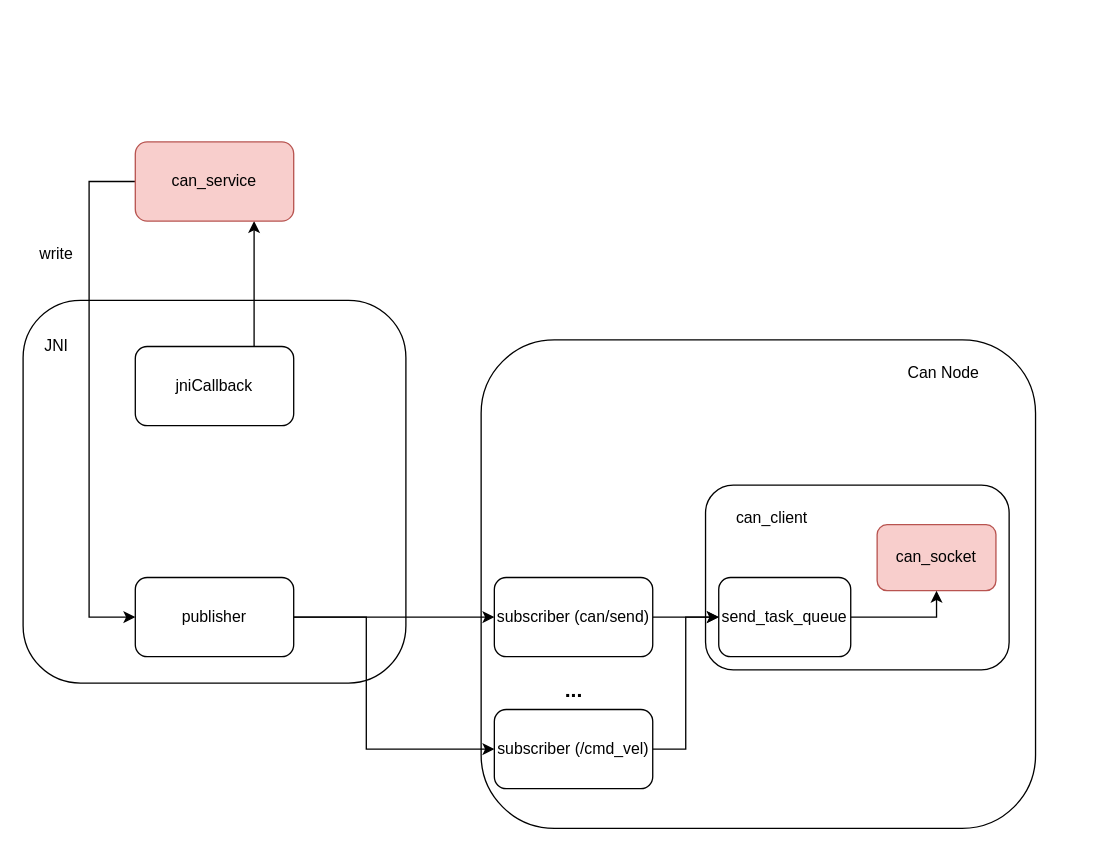
The draw.io diagram page "第 11 页" (11 of 11) of nvq hardware学习.drawio in Jev0987/drawioFile, before the edit. Source tidied: cells renumbered, new cells numbered last; positions are measured from the earlier drawing's top-left corner, leaving out a move shared by most shapes. Both pictures are drawn from the tidied source at 132%, with x=0, y=0 at pixel (22, 141).
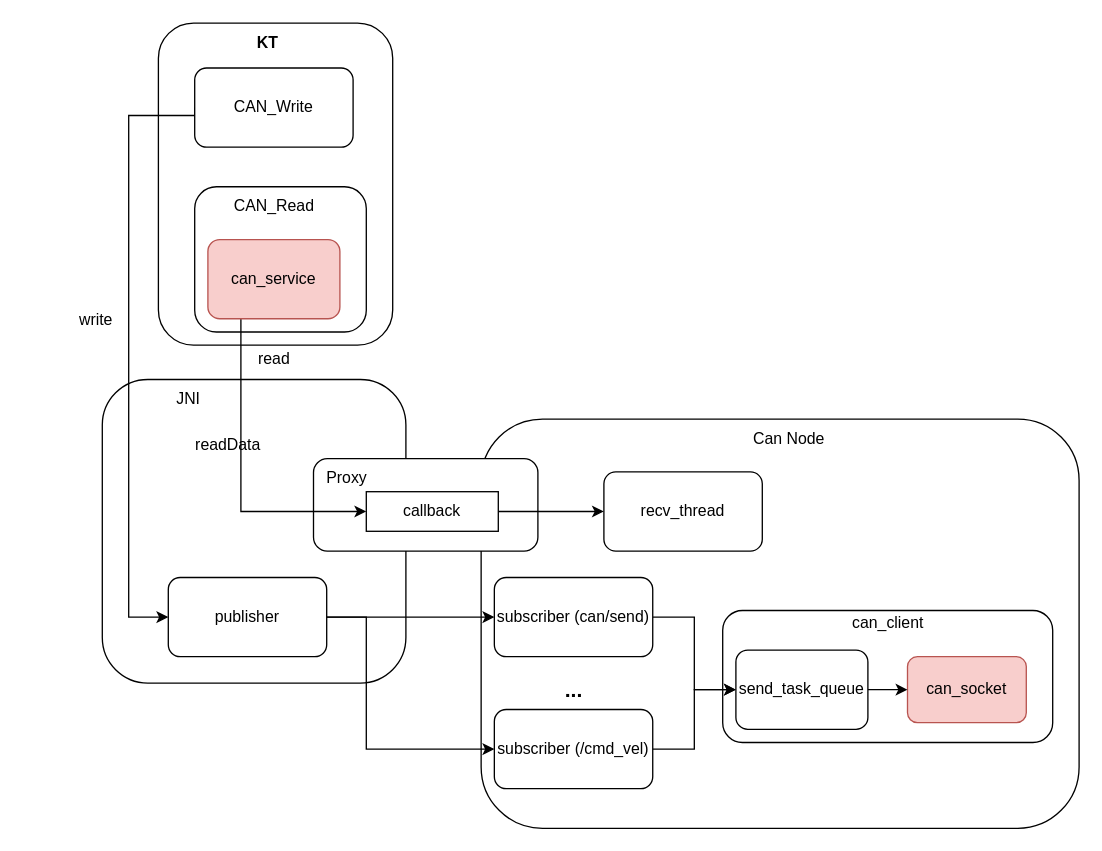
The same page after the edit.

Change to the diagram source:
```diff
@@
+    <mxCell id="24" style="rounded=1;whiteSpace=wrap;html=1;" parent="1" vertex="1">
+      <mxGeometry x="102.5" y="-90" width="177.5" height="244" as="geometry" />
+    </mxCell>
+    <mxCell id="25" style="rounded=1;whiteSpace=wrap;html=1;" parent="1" vertex="1">
+      <mxGeometry x="130" y="34" width="130" height="110" as="geometry" />
+    </mxCell>
     <mxCell id="2" style="rounded=1;whiteSpace=wrap;html=1;" parent="1" vertex="1">
-      <mxGeometry x="347" y="150" width="420" height="370" as="geometry" />
+      <mxGeometry x="347" y="210" width="453" height="310" as="geometry" />
     </mxCell>
     <mxCell id="3" style="rounded=1;whiteSpace=wrap;html=1;" parent="1" vertex="1">
-      <mxGeometry x="517" y="260" width="230" height="140" as="geometry" />
+      <mxGeometry x="530" y="355" width="250" height="100" as="geometry" />
     </mxCell>
     <mxCell id="4" style="rounded=1;whiteSpace=wrap;html=1;" parent="1" vertex="1">
-      <mxGeometry y="120" width="290" height="290" as="geometry" />
+      <mxGeometry x="60" y="180" width="230" height="230" as="geometry" />
     </mxCell>
+    <mxCell id="26" style="rounded=1;whiteSpace=wrap;html=1;" parent="1" vertex="1">
+      <mxGeometry x="220" y="240" width="170" height="70" as="geometry" />
+    </mxCell>
@@
     <mxCell id="7" value="publisher" style="rounded=1;whiteSpace=wrap;html=1;" parent="1" vertex="1">
-      <mxGeometry x="85" y="330" width="120" height="60" as="geometry" />
+      <mxGeometry x="110" y="330" width="120" height="60" as="geometry" />
     </mxCell>
-    <mxCell id="8" style="edgeStyle=orthogonalEdgeStyle;rounded=0;jettySize=auto;html=1;exitX=0.75;exitY=0;exitDx=0;exitDy=0;entryX=0.75;entryY=1;entryDx=0;entryDy=0;" parent="1" edge="1" source="9" target="11">
-      <mxGeometry relative="1" as="geometry" />
-    </mxCell>
-    <mxCell id="9" value="jniCallback" style="rounded=1;whiteSpace=wrap;html=1;" parent="1" vertex="1">
-      <mxGeometry x="85" y="155" width="120" height="60" as="geometry" />
-    </mxCell>
-    <mxCell id="10" style="edgeStyle=orthogonalEdgeStyle;rounded=0;jettySize=auto;html=1;exitX=0;exitY=0.5;exitDx=0;exitDy=0;entryX=0;entryY=0.5;entryDx=0;entryDy=0;" parent="1" edge="1" source="11" target="7">
+    <mxCell id="10" style="edgeStyle=orthogonalEdgeStyle;rounded=0;jettySize=auto;html=1;exitX=0;exitY=0.5;exitDx=0;exitDy=0;entryX=0;entryY=0.5;entryDx=0;entryDy=0;" parent="1" edge="1" source="30" target="7">
       <mxGeometry relative="1" as="geometry">
         <Array as="points">
-          <mxPoint x="50" y="30" />
-          <mxPoint x="50" y="360" />
+          <mxPoint x="80" y="-20" />
+          <mxPoint x="80" y="360" />
         </Array>
       </mxGeometry>
     </mxCell>
+    <mxCell id="27" style="edgeStyle=orthogonalEdgeStyle;rounded=0;jettySize=auto;html=1;exitX=0.25;exitY=1;exitDx=0;exitDy=0;entryX=0;entryY=0.5;entryDx=0;entryDy=0;" parent="1" edge="1" source="11" target="34">
+      <mxGeometry relative="1" as="geometry" />
+    </mxCell>
     <mxCell id="11" value="can_service" style="rounded=1;whiteSpace=wrap;html=1;fillColor=#f8cecc;strokeColor=#b85450;" parent="1" vertex="1">
-      <mxGeometry x="85" width="120" height="60" as="geometry" />
+      <mxGeometry x="140" y="74" width="100" height="60" as="geometry" />
     </mxCell>
     <mxCell id="12" value="JNI" style="text;html=1;align=center;verticalAlign=middle;strokeColor=none;fillColor=none;" parent="1" vertex="1">
-      <mxGeometry x="5" y="140" width="40" height="30" as="geometry" />
+      <mxGeometry x="105" y="180" width="40" height="30" as="geometry" />
     </mxCell>
     <mxCell id="13" value="can_client" style="text;html=1;align=center;verticalAlign=middle;strokeColor=none;fillColor=none;" parent="1" vertex="1">
-      <mxGeometry x="527" y="270" width="80" height="30" as="geometry" />
+      <mxGeometry x="615" y="350" width="80" height="30" as="geometry" />
     </mxCell>
     <mxCell id="14" value="Can Node" style="text;html=1;align=center;verticalAlign=middle;strokeColor=none;fillColor=none;" parent="1" vertex="1">
-      <mxGeometry x="657" y="160" width="80" height="30" as="geometry" />
+      <mxGeometry x="540" y="210" width="80" height="30" as="geometry" />
     </mxCell>
     <mxCell id="15" value="can_socket" style="rounded=1;whiteSpace=wrap;html=1;fillColor=#f8cecc;strokeColor=#b85450;" parent="1" vertex="1">
-      <mxGeometry x="647" y="290" width="90" height="50" as="geometry" />
+      <mxGeometry x="670" y="390" width="90" height="50" as="geometry" />
     </mxCell>
@@
-    <mxCell id="21" style="edgeStyle=orthogonalEdgeStyle;rounded=0;jettySize=auto;html=1;exitX=1;exitY=0.5;exitDx=0;exitDy=0;entryX=0.5;entryY=1;entryDx=0;entryDy=0;" parent="1" edge="1" source="22" target="15">
+    <mxCell id="21" style="edgeStyle=orthogonalEdgeStyle;rounded=0;jettySize=auto;html=1;exitX=1;exitY=0.5;exitDx=0;exitDy=0;entryX=0;entryY=0.5;entryDx=0;entryDy=0;" parent="1" edge="1" source="22" target="15">
       <mxGeometry relative="1" as="geometry" />
     </mxCell>
     <mxCell id="22" value="send_task_queue" style="rounded=1;whiteSpace=wrap;html=1;" parent="1" vertex="1">
-      <mxGeometry x="527" y="330" width="100" height="60" as="geometry" />
+      <mxGeometry x="540" y="385" width="100" height="60" as="geometry" />
     </mxCell>
     <mxCell id="23" value="write" style="text;html=1;align=center;verticalAlign=middle;strokeColor=none;fillColor=none;" parent="1" vertex="1">
-      <mxGeometry y="70" width="50" height="30" as="geometry" />
+      <mxGeometry x="30" y="120" width="50" height="30" as="geometry" />
     </mxCell>
+    <mxCell id="28" value="read" style="text;html=1;align=center;verticalAlign=middle;strokeColor=none;fillColor=none;" parent="1" vertex="1">
+      <mxGeometry x="165" y="150" width="50" height="30" as="geometry" />
+    </mxCell>
+    <mxCell id="29" value="readData" style="text;html=1;align=center;verticalAlign=middle;strokeColor=none;fillColor=none;" parent="1" vertex="1">
+      <mxGeometry x="120" y="215" width="70" height="30" as="geometry" />
+    </mxCell>
+    <mxCell id="30" value="CAN_Write" style="rounded=1;whiteSpace=wrap;html=1;" parent="1" vertex="1">
+      <mxGeometry x="130" y="-56" width="120" height="60" as="geometry" />
+    </mxCell>
+    <mxCell id="31" value="CAN_Read" style="text;html=1;align=center;verticalAlign=middle;strokeColor=none;fillColor=none;" parent="1" vertex="1">
+      <mxGeometry x="150" y="34" width="80" height="30" as="geometry" />
+    </mxCell>
+    <mxCell id="32" value="KT" style="text;html=1;align=center;verticalAlign=middle;strokeColor=none;fillColor=none;fontStyle=1;" parent="1" vertex="1">
+      <mxGeometry x="165" y="-90" width="40" height="30" as="geometry" />
+    </mxCell>
+    <mxCell id="33" style="edgeStyle=orthogonalEdgeStyle;rounded=0;jettySize=auto;html=1;exitX=1;exitY=0.5;exitDx=0;exitDy=0;entryX=0;entryY=0.5;entryDx=0;entryDy=0;" parent="1" edge="1" source="34" target="36">
+      <mxGeometry relative="1" as="geometry" />
+    </mxCell>
+    <mxCell id="34" value="callback" style="whiteSpace=wrap;html=1;" parent="1" vertex="1">
+      <mxGeometry x="260" y="265" width="100" height="30" as="geometry" />
+    </mxCell>
+    <mxCell id="35" value="Proxy" style="text;html=1;align=center;verticalAlign=middle;strokeColor=none;fillColor=none;" parent="1" vertex="1">
+      <mxGeometry x="220" y="240" width="50" height="30" as="geometry" />
+    </mxCell>
+    <mxCell id="36" value="recv_thread" style="rounded=1;whiteSpace=wrap;html=1;" parent="1" vertex="1">
+      <mxGeometry x="440" y="250" width="120" height="60" as="geometry" />
+    </mxCell>
```
